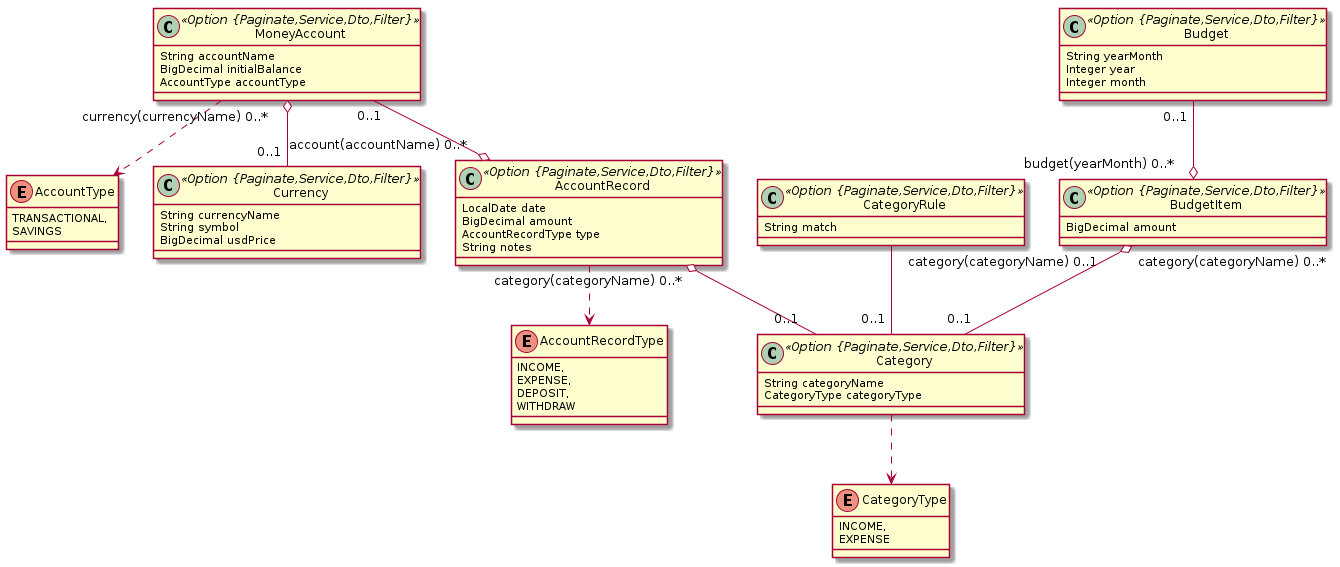
danielbrutti/my-expenses-web keeps this PlantUML diagram as jhipster-jdl.png. Above is the earlier version.
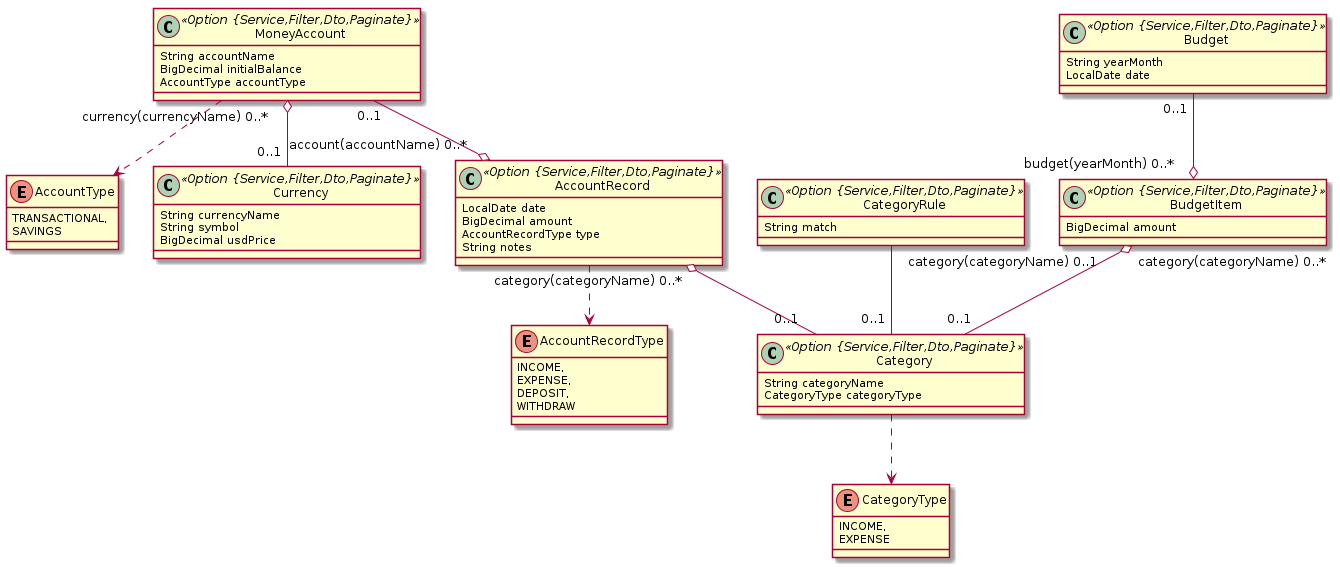
The same diagram one commit later.

Change to the diagram source:
```diff
@@ -1,37 +1,36 @@
 @startuml
 	!pragma syntax class
-	class MoneyAccount <<Option {Paginate,Service,Dto,Filter}>> {
+	class MoneyAccount <<Option {Service,Filter,Dto,Paginate}>> {
 		String accountName
 		BigDecimal initialBalance
 		AccountType accountType
 	}
 	MoneyAccount ..> AccountType
-	class Currency <<Option {Paginate,Service,Dto,Filter}>> {
+	class Currency <<Option {Service,Filter,Dto,Paginate}>> {
 		String currencyName
 		String symbol
 		BigDecimal usdPrice
 	}
-	class AccountRecord <<Option {Paginate,Service,Dto,Filter}>> {
+	class AccountRecord <<Option {Service,Filter,Dto,Paginate}>> {
 		LocalDate date
 		BigDecimal amount
 		AccountRecordType type
 		String notes
 	}
 	AccountRecord ..> AccountRecordType
-	class Category <<Option {Paginate,Service,Dto,Filter}>> {
+	class Category <<Option {Service,Filter,Dto,Paginate}>> {
 		String categoryName
 		CategoryType categoryType
 	}
 	Category ..> CategoryType
-	class CategoryRule <<Option {Paginate,Service,Dto,Filter}>> {
+	class CategoryRule <<Option {Service,Filter,Dto,Paginate}>> {
 		String match
 	}
-	class Budget <<Option {Paginate,Service,Dto,Filter}>> {
+	class Budget <<Option {Service,Filter,Dto,Paginate}>> {
 		String yearMonth
-		Integer year
-		Integer month
+		LocalDate date
 	}
-	class BudgetItem <<Option {Paginate,Service,Dto,Filter}>> {
+	class BudgetItem <<Option {Service,Filter,Dto,Paginate}>> {
 		BigDecimal amount
 	}
 	enum AccountType {
```
